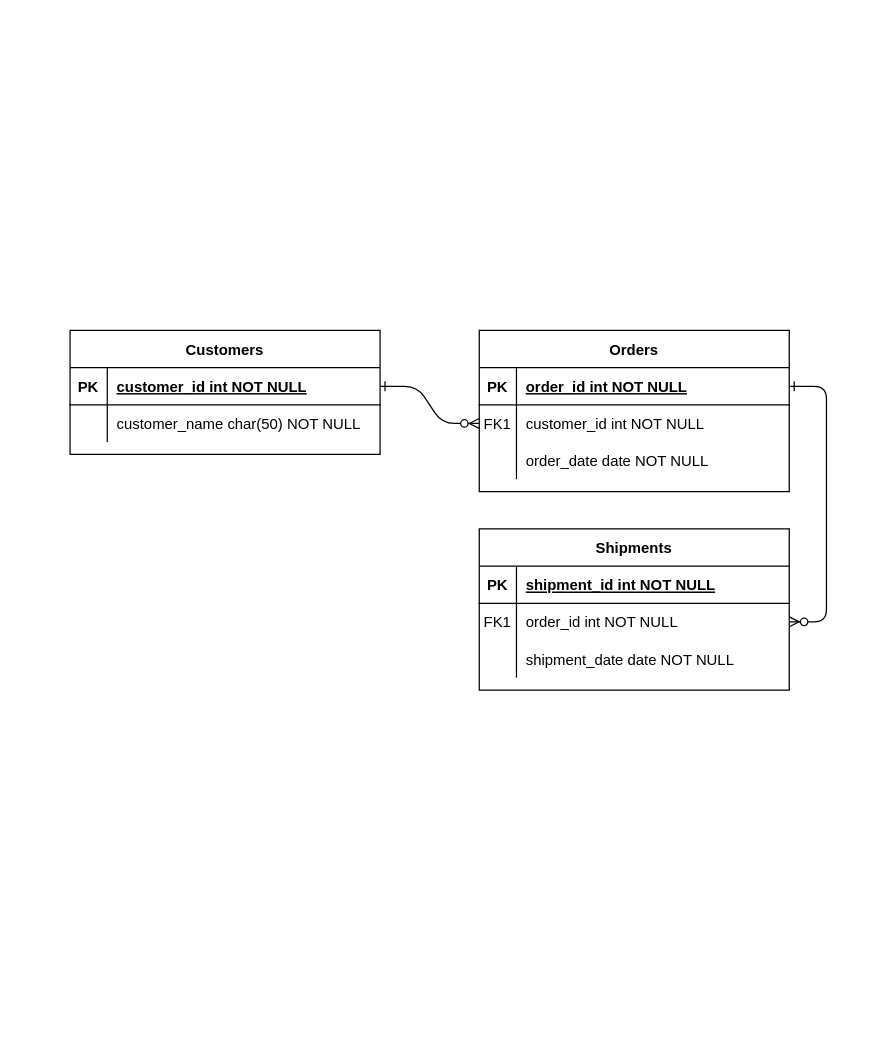
The draw.io diagram Untitled Diagram.drawio in e-ibarra/entregaBD, before the edit. Source tidied: cells renumbered, new cells numbered last; positions are measured from the earlier drawing's top-left corner, leaving out a move shared by most shapes. Both pictures are drawn from the tidied source at 124%, with x=0, y=0 at pixel (69, 330).
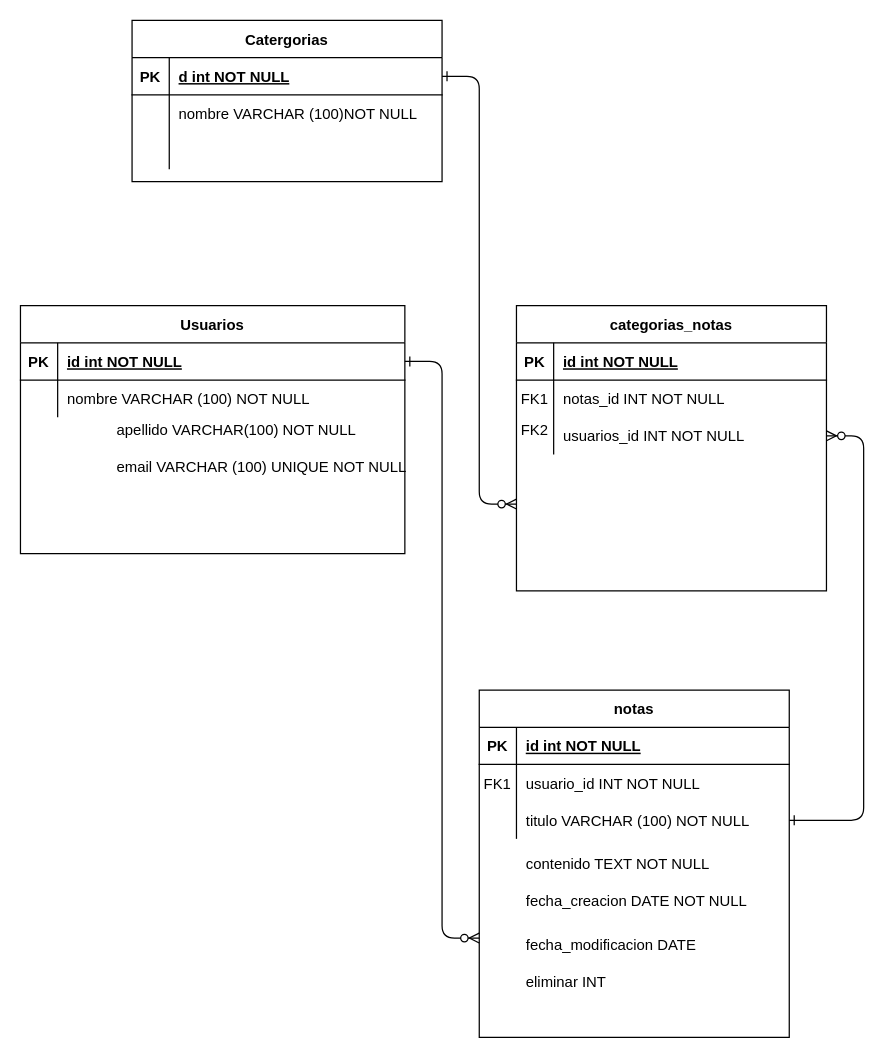
The same diagram, later.

Unchanged cells that the change refers to:
```xml
<mxCell id="5" style="shape=partialRectangle;fillColor=none;points=[[0,0.5],[1,0.5]];portConstraint=eastwest;top=0;left=0;right=0;bottom=1;" parent="4" vertex="1">
  <mxGeometry y="30" width="250" height="30" as="geometry" />
</mxCell>
<mxCell id="8" style="shape=partialRectangle;fillColor=none;points=[[0,0.5],[1,0.5]];portConstraint=eastwest;top=0;left=0;right=0;bottom=0;" parent="4" vertex="1">
  <mxGeometry y="60" width="250" height="30" as="geometry" />
</mxCell>
<mxCell id="11" style="shape=partialRectangle;fillColor=none;points=[[0,0.5],[1,0.5]];portConstraint=eastwest;top=0;left=0;right=0;bottom=0;" parent="4" vertex="1">
  <mxGeometry y="90" width="250" height="30" as="geometry" />
</mxCell>
<mxCell id="15" style="shape=partialRectangle;fillColor=none;top=0;left=0;right=0;bottom=1;" parent="14" vertex="1">
  <mxGeometry y="30" width="250" height="30" as="geometry" />
</mxCell>
<mxCell id="18" style="shape=partialRectangle;fillColor=none;points=[[0,0.5],[1,0.5]];portConstraint=eastwest;top=0;left=0;right=0;bottom=0;" parent="14" vertex="1">
  <mxGeometry y="60" width="250" height="30" as="geometry" />
</mxCell>
<mxCell id="21" style="shape=partialRectangle;fillColor=none;points=[[0,0.5],[1,0.5]];portConstraint=eastwest;top=0;left=0;right=0;bottom=0;" parent="14" vertex="1">
  <mxGeometry y="90" width="250" height="30" as="geometry" />
</mxCell>
```

Diff of the diagram source:
```diff
@@
-    <mxCell id="2" style="edgeStyle=entityRelationEdgeStyle;endArrow=ERzeroToMany;startArrow=ERone;endFill=1;startFill=0;" parent="1" edge="1" source="25" target="8">
-      <mxGeometry relative="1" as="geometry" />
+    <mxCell id="2" style="edgeStyle=entityRelationEdgeStyle;endArrow=ERzeroToMany;startArrow=ERone;endFill=1;startFill=0;" parent="1" edge="1" source="25">
+      <mxGeometry relative="1" as="geometry">
+        <mxPoint x="330" y="490" as="targetPoint" />
+      </mxGeometry>
     </mxCell>
-    <mxCell id="3" style="edgeStyle=entityRelationEdgeStyle;endArrow=ERzeroToMany;startArrow=ERone;endFill=1;startFill=0;" parent="1" edge="1" source="5" target="18">
-      <mxGeometry relative="1" as="geometry" />
-    </mxCell>
-    <mxCell id="4" value="Orders" style="shape=table;startSize=30;childLayout=tableLayout;rowLines=0;fontStyle=1;align=center;" parent="1" vertex="1">
-      <mxGeometry x="330" width="250" height="130" as="geometry" />
+    <mxCell id="4" value="categorias_notas" style="shape=table;startSize=30;childLayout=tableLayout;rowLines=0;fontStyle=1;align=center;" parent="1" vertex="1">
+      <mxGeometry x="360" y="-20" width="250" height="230" as="geometry" />
     </mxCell>
@@
-    <mxCell id="7" value="order_id int NOT NULL " style="shape=partialRectangle;overflow=hidden;fillColor=none;top=0;left=0;bottom=0;right=0;align=left;spacingLeft=6;fontStyle=5;" parent="5" vertex="1">
+    <mxCell id="7" value="id int NOT NULL " style="shape=partialRectangle;overflow=hidden;fillColor=none;top=0;left=0;bottom=0;right=0;align=left;spacingLeft=6;fontStyle=5;" parent="5" vertex="1">
       <mxGeometry x="30" width="220" height="30" as="geometry" />
     </mxCell>
@@
-    <mxCell id="10" value="customer_id int NOT NULL" style="shape=partialRectangle;overflow=hidden;fillColor=none;top=0;left=0;bottom=0;right=0;align=left;spacingLeft=6;" parent="8" vertex="1">
+    <mxCell id="10" value="notas_id INT NOT NULL" style="shape=partialRectangle;overflow=hidden;fillColor=none;top=0;left=0;bottom=0;right=0;align=left;spacingLeft=6;" parent="8" vertex="1">
       <mxGeometry x="30" width="220" height="30" as="geometry" />
     </mxCell>
@@
-    <mxCell id="13" value="order_date date NOT NULL" style="shape=partialRectangle;overflow=hidden;fillColor=none;top=0;left=0;bottom=0;right=0;align=left;spacingLeft=6;" parent="11" vertex="1">
+    <mxCell id="13" value="usuarios_id INT NOT NULL" style="shape=partialRectangle;overflow=hidden;fillColor=none;top=0;left=0;bottom=0;right=0;align=left;spacingLeft=6;" parent="11" vertex="1">
       <mxGeometry x="30" width="220" height="30" as="geometry" />
     </mxCell>
-    <mxCell id="14" value="Shipments" style="shape=table;startSize=30;childLayout=tableLayout;rowLines=0;fontStyle=1;align=center;" parent="1" vertex="1">
-      <mxGeometry x="330" y="160" width="250" height="130" as="geometry" />
+    <mxCell id="14" value="notas" style="shape=table;startSize=30;childLayout=tableLayout;rowLines=0;fontStyle=1;align=center;" parent="1" vertex="1">
+      <mxGeometry x="330" y="290" width="250" height="280" as="geometry" />
     </mxCell>
@@
-    <mxCell id="17" value="shipment_id int NOT NULL " style="shape=partialRectangle;overflow=hidden;fillColor=none;top=0;left=0;bottom=0;right=0;align=left;spacingLeft=6;fontStyle=5;" parent="15" vertex="1">
+    <mxCell id="17" value="id int NOT NULL " style="shape=partialRectangle;overflow=hidden;fillColor=none;top=0;left=0;bottom=0;right=0;align=left;spacingLeft=6;fontStyle=5;" parent="15" vertex="1">
       <mxGeometry x="30" width="220" height="30" as="geometry" />
     </mxCell>
@@
-    <mxCell id="20" value="order_id int NOT NULL" style="shape=partialRectangle;overflow=hidden;fillColor=none;top=0;left=0;bottom=0;right=0;align=left;spacingLeft=6;" parent="18" vertex="1">
+    <mxCell id="20" value="usuario_id INT NOT NULL" style="shape=partialRectangle;overflow=hidden;fillColor=none;top=0;left=0;bottom=0;right=0;align=left;spacingLeft=6;" parent="18" vertex="1">
       <mxGeometry x="30" width="220" height="30" as="geometry" />
     </mxCell>
@@
-    <mxCell id="23" value="shipment_date date NOT NULL" style="shape=partialRectangle;overflow=hidden;fillColor=none;top=0;left=0;bottom=0;right=0;align=left;spacingLeft=6;" parent="21" vertex="1">
+    <mxCell id="23" value="titulo VARCHAR (100) NOT NULL" style="shape=partialRectangle;overflow=hidden;fillColor=none;top=0;left=0;bottom=0;right=0;align=left;spacingLeft=6;" parent="21" vertex="1">
       <mxGeometry x="30" width="220" height="30" as="geometry" />
     </mxCell>
-    <mxCell id="24" value="Customers" style="shape=table;startSize=30;childLayout=tableLayout;rowLines=0;fontStyle=1;align=center;" parent="1" vertex="1">
-      <mxGeometry width="250" height="100" as="geometry" />
+    <mxCell id="24" value="Usuarios" style="shape=table;startSize=30;childLayout=tableLayout;rowLines=0;fontStyle=1;align=center;" parent="1" vertex="1">
+      <mxGeometry x="-40" y="-20" width="310" height="200" as="geometry" />
     </mxCell>
     <mxCell id="25" style="shape=partialRectangle;fillColor=none;points=[[0,0.5],[1,0.5]];portConstraint=eastwest;top=0;left=0;right=0;bottom=1;" parent="24" vertex="1">
-      <mxGeometry y="30" width="250" height="30" as="geometry" />
+      <mxGeometry y="30" width="310" height="30" as="geometry" />
     </mxCell>
@@
-    <mxCell id="27" value="customer_id int NOT NULL " style="shape=partialRectangle;overflow=hidden;fillColor=none;top=0;left=0;bottom=0;right=0;align=left;spacingLeft=6;fontStyle=5;" parent="25" vertex="1">
-      <mxGeometry x="30" width="220" height="30" as="geometry" />
+    <mxCell id="27" value="id int NOT NULL " style="shape=partialRectangle;overflow=hidden;fillColor=none;top=0;left=0;bottom=0;right=0;align=left;spacingLeft=6;fontStyle=5;" parent="25" vertex="1">
+      <mxGeometry x="30" width="280" height="30" as="geometry" />
     </mxCell>
     <mxCell id="28" style="shape=partialRectangle;fillColor=none;top=0;left=0;right=0;bottom=0;" parent="24" vertex="1">
-      <mxGeometry y="60" width="250" height="30" as="geometry" />
+      <mxGeometry y="60" width="310" height="30" as="geometry" />
     </mxCell>
@@
-    <mxCell id="30" value="customer_name char(50) NOT NULL" style="shape=partialRectangle;overflow=hidden;fillColor=none;top=0;left=0;bottom=0;right=0;align=left;spacingLeft=6;" parent="28" vertex="1">
-      <mxGeometry x="30" width="220" height="30" as="geometry" />
+    <mxCell id="30" value="nombre VARCHAR (100) NOT NULL" style="shape=partialRectangle;overflow=hidden;fillColor=none;top=0;left=0;bottom=0;right=0;align=left;spacingLeft=6;" parent="28" vertex="1">
+      <mxGeometry x="30" width="280" height="30" as="geometry" />
     </mxCell>
+    <mxCell id="31" value="Catergorias" style="shape=table;startSize=30;childLayout=tableLayout;rowLines=0;fontStyle=1;align=center;" parent="1" vertex="1">
+      <mxGeometry x="50" y="-250" width="250" height="130" as="geometry" />
+    </mxCell>
+    <mxCell id="32" style="shape=partialRectangle;fillColor=none;points=[[0,0.5],[1,0.5]];portConstraint=eastwest;top=0;left=0;right=0;bottom=1;" parent="31" vertex="1">
+      <mxGeometry y="30" width="250" height="30" as="geometry" />
+    </mxCell>
+    <mxCell id="33" value="PK" style="shape=partialRectangle;overflow=hidden;fillColor=none;top=0;left=0;bottom=0;right=0;fontStyle=1;" parent="32" vertex="1">
+      <mxGeometry width="30" height="30" as="geometry" />
+    </mxCell>
+    <mxCell id="34" value="d int NOT NULL " style="shape=partialRectangle;overflow=hidden;fillColor=none;top=0;left=0;bottom=0;right=0;align=left;spacingLeft=6;fontStyle=5;" parent="32" vertex="1">
+      <mxGeometry x="30" width="220" height="30" as="geometry" />
+    </mxCell>
+    <mxCell id="35" style="shape=partialRectangle;fillColor=none;top=0;left=0;right=0;bottom=0;" parent="31" vertex="1">
+      <mxGeometry y="60" width="250" height="30" as="geometry" />
+    </mxCell>
+    <mxCell id="36" style="shape=partialRectangle;overflow=hidden;fillColor=none;top=0;left=0;bottom=0;right=0;" parent="35" vertex="1">
+      <mxGeometry width="30" height="30" as="geometry" />
+    </mxCell>
+    <mxCell id="37" value="nombre VARCHAR (100)NOT NULL" style="shape=partialRectangle;overflow=hidden;fillColor=none;top=0;left=0;bottom=0;right=0;align=left;spacingLeft=6;" parent="35" vertex="1">
+      <mxGeometry x="30" width="220" height="30" as="geometry" />
+    </mxCell>
+    <mxCell id="38" style="shape=partialRectangle;fillColor=none;top=0;left=0;right=0;bottom=0;" parent="31" vertex="1">
+      <mxGeometry y="90" width="250" height="30" as="geometry" />
+    </mxCell>
+    <mxCell id="39" style="shape=partialRectangle;overflow=hidden;fillColor=none;top=0;left=0;bottom=0;right=0;" parent="38" vertex="1">
+      <mxGeometry width="30" height="30" as="geometry" />
+    </mxCell>
+    <mxCell id="40" style="shape=partialRectangle;overflow=hidden;fillColor=none;top=0;left=0;bottom=0;right=0;align=left;spacingLeft=6;" parent="38" vertex="1">
+      <mxGeometry x="30" width="220" height="30" as="geometry" />
+    </mxCell>
+    <mxCell id="41" value="apellido VARCHAR(100) NOT NULL" style="shape=partialRectangle;overflow=hidden;fillColor=none;top=0;left=0;bottom=0;right=0;align=left;spacingLeft=6;" parent="1" vertex="1">
+      <mxGeometry x="30" y="65" width="220" height="30" as="geometry" />
+    </mxCell>
+    <mxCell id="42" value="email VARCHAR (100) UNIQUE NOT NULL" style="shape=partialRectangle;overflow=hidden;fillColor=none;top=0;left=0;bottom=0;right=0;align=left;spacingLeft=6;" parent="1" vertex="1">
+      <mxGeometry x="30" y="95" width="250" height="30" as="geometry" />
+    </mxCell>
+    <mxCell id="43" value="FK2" style="shape=partialRectangle;overflow=hidden;fillColor=none;top=0;left=0;bottom=0;right=0;" parent="1" vertex="1">
+      <mxGeometry x="360" y="65" width="30" height="30" as="geometry" />
+    </mxCell>
+    <mxCell id="44" value="contenido TEXT NOT NULL" style="shape=partialRectangle;overflow=hidden;fillColor=none;top=0;left=0;bottom=0;right=0;align=left;spacingLeft=6;" parent="1" vertex="1">
+      <mxGeometry x="360" y="415" width="220" height="30" as="geometry" />
+    </mxCell>
+    <mxCell id="45" value="fecha_creacion DATE NOT NULL" style="shape=partialRectangle;overflow=hidden;fillColor=none;top=0;left=0;bottom=0;right=0;align=left;spacingLeft=6;" parent="1" vertex="1">
+      <mxGeometry x="360" y="445" width="220" height="30" as="geometry" />
+    </mxCell>
+    <mxCell id="46" value="fecha_modificacion DATE" style="shape=partialRectangle;overflow=hidden;fillColor=none;top=0;left=0;bottom=0;right=0;align=left;spacingLeft=6;" parent="1" vertex="1">
+      <mxGeometry x="360" y="480" width="220" height="30" as="geometry" />
+    </mxCell>
+    <mxCell id="47" value="eliminar INT" style="shape=partialRectangle;overflow=hidden;fillColor=none;top=0;left=0;bottom=0;right=0;align=left;spacingLeft=6;" parent="1" vertex="1">
+      <mxGeometry x="360" y="510" width="220" height="30" as="geometry" />
+    </mxCell>
+    <mxCell id="48" style="edgeStyle=entityRelationEdgeStyle;endArrow=ERzeroToMany;startArrow=ERone;endFill=1;startFill=0;exitX=1;exitY=0.5;exitDx=0;exitDy=0;" parent="1" edge="1" source="32">
+      <mxGeometry relative="1" as="geometry">
+        <mxPoint x="360" y="140" as="targetPoint" />
+      </mxGeometry>
+    </mxCell>
+    <mxCell id="3" style="edgeStyle=entityRelationEdgeStyle;endArrow=ERzeroToMany;startArrow=ERone;endFill=1;startFill=0;exitX=1;exitY=0.5;exitDx=0;exitDy=0;" parent="1" edge="1" source="21" target="11">
+      <mxGeometry relative="1" as="geometry" />
+    </mxCell>
```
